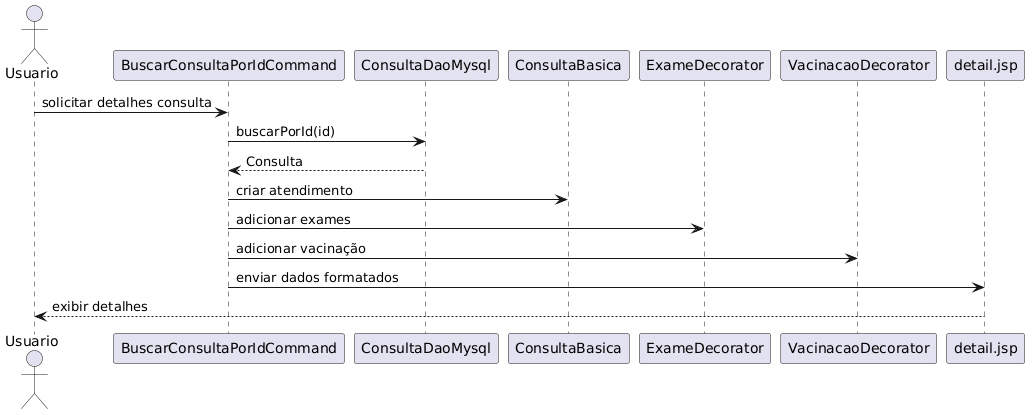
This is docs/DIAGRAMA DE SEQUENCIA.png from renokkj/ClinicaPetCare-2, a PlantUML export, as it was before one commit.
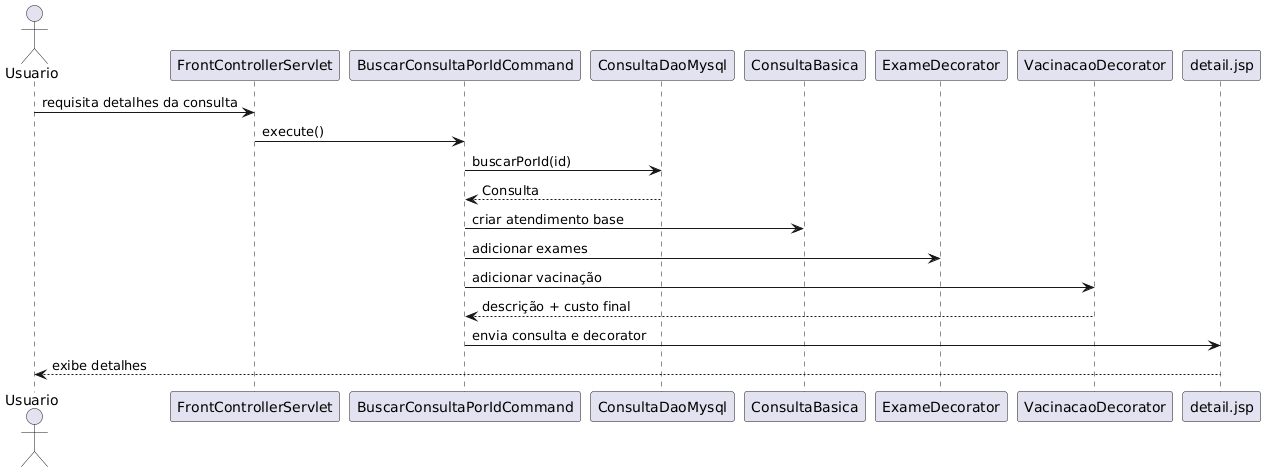
Later version of the same file.

The edit, as a diff of the source:
```diff
@@ -1,19 +1,29 @@
 @startuml
 actor Usuario
 
-Usuario -> BuscarConsultaPorIdCommand : solicitar detalhes consulta
+participant "FrontControllerServlet" as Controller
+participant "BuscarConsultaPorIdCommand" as Command
+participant "ConsultaDaoMysql" as DAO
+participant "ConsultaBasica" as Basica
+participant "ExameDecorator" as Exame
+participant "VacinacaoDecorator" as Vacina
+participant "detail.jsp" as View
 
-BuscarConsultaPorIdCommand -> ConsultaDaoMysql : buscarPorId(id)
+Usuario -> Controller : requisita detalhes da consulta
 
-ConsultaDaoMysql --> BuscarConsultaPorIdCommand : Consulta
+Controller -> Command : execute()
 
-BuscarConsultaPorIdCommand -> ConsultaBasica : criar atendimento
+Command -> DAO : buscarPorId(id)
 
-BuscarConsultaPorIdCommand -> ExameDecorator : adicionar exames
+DAO --> Command : Consulta
 
-BuscarConsultaPorIdCommand -> VacinacaoDecorator : adicionar vacinação
+Command -> Basica : criar atendimento base
+Command -> Exame : adicionar exames
+Command -> Vacina : adicionar vacinação
 
-BuscarConsultaPorIdCommand -> detail.jsp : enviar dados formatados
+Vacina --> Command : descrição + custo final
 
-detail.jsp --> Usuario : exibir detalhes
+Command -> View : envia consulta e decorator
+
+View --> Usuario : exibe detalhes
 @enduml
```
